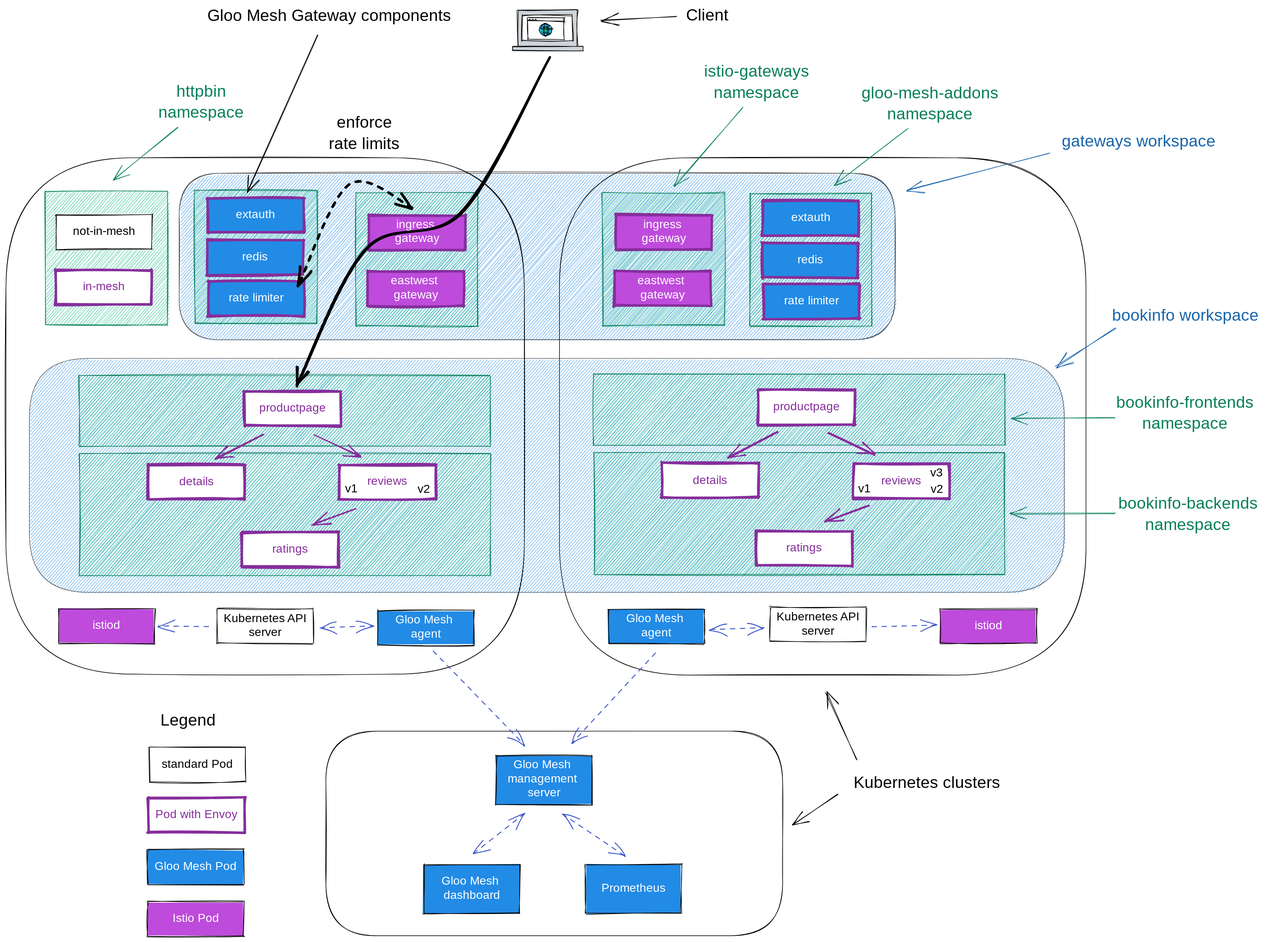
Earlier version of the Excalidraw export gloo-mesh-2-0/images/steps/gateway-ratelimiting/gloo-mesh-gateway-rate-limiting.svg (solo-io/workshops). Source tidied: one line per element, renumbered; positions are measured from the earlier drawing's top-left corner, leaving out a move shared by most shapes.
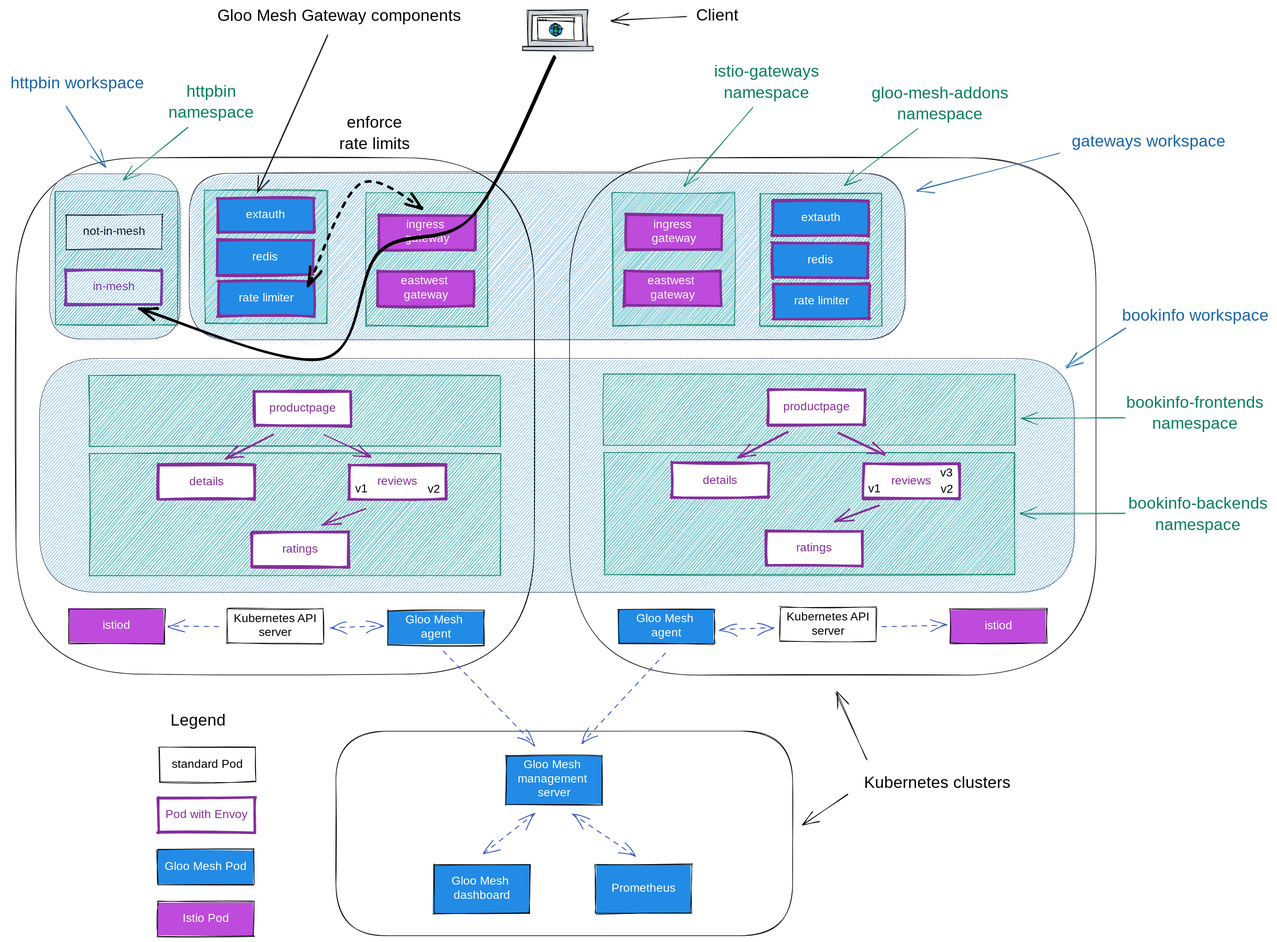
Later version of the same file.

What changed in the source:
```diff
@@ -134,6 +134,9 @@
 {"id": 133, "type": "text", "text": "Legend", "strokeColor": "#000000", "strokeWidth": 1, "roughness": 1, "fontSize": 28, "fontFamily": 1, "textAlign": "center", "x": 265, "y": 1203, "width": 91, "height": 36}
 {"id": 134, "type": "text", "text": "Client", "strokeColor": "#000000", "strokeWidth": 1, "roughness": 1, "fontSize": 28, "fontFamily": 1, "textAlign": "center", "x": 1157, "y": 0, "width": 77, "height": 36}
 {"id": 135, "type": "arrow", "strokeColor": "#000000", "backgroundColor": "#228be6", "fillStyle": "solid", "strokeWidth": 1, "roughness": 1, "endArrowhead": "arrow", "from": 134, "x": 1143, "y": 18, "width": 128, "height": 7, "points": [[0, 0], [-128, 7]]}
-{"id": 136, "type": "arrow", "strokeColor": "#000000", "backgroundColor": "#be4bdb", "fillStyle": "hachure", "strokeWidth": 4, "roughness": 1, "endArrowhead": "arrow", "from": 74, "to": 37, "x": 927, "y": 89, "width": 430, "height": 560, "points": [[0, 0], [-150, 263], [-312, 325], [-430, 560]]}
 {"id": 137, "type": "text", "text": "enforce\nrate limits", "strokeColor": "#000000", "backgroundColor": "#be4bdb", "fillStyle": "hachure", "strokeWidth": 4, "strokeStyle": "dashed", "roughness": 1, "fontSize": 28, "fontFamily": 1, "textAlign": "center", "x": 539, "y": 183, "width": 145, "height": 72}
 {"id": 138, "type": "arrow", "strokeColor": "#000000", "backgroundColor": "#be4bdb", "fillStyle": "hachure", "strokeWidth": 4, "strokeStyle": "dashed", "roughness": 1, "startArrowhead": "arrow", "endArrowhead": "arrow", "from": 9, "x": 692, "y": 344, "width": 194, "height": 172, "points": [[0, 0], [-106, -40], [-194, 132]]}
+{"id": 139, "type": "rectangle", "strokeColor": "#495057", "backgroundColor": "#228be6", "fillStyle": "hachure", "strokeWidth": 1, "roughness": 0, "x": 57, "y": 287, "width": 222, "height": 282}
+{"id": 140, "type": "text", "text": "httpbin workspace", "strokeColor": "#1864ab", "strokeWidth": 1, "roughness": 1, "fontSize": 28, "fontFamily": 1, "textAlign": "center", "x": -17, "y": 115, "width": 243, "height": 36}
+{"id": 141, "type": "arrow", "strokeColor": "#1864ab", "backgroundColor": "#228be6", "fillStyle": "solid", "strokeWidth": 1, "roughness": 1, "endArrowhead": "arrow", "to": 139, "x": 85, "y": 171, "width": 66, "height": 103, "points": [[0, 0], [66, 103]]}
+{"id": 142, "type": "arrow", "strokeColor": "#000000", "backgroundColor": "#be4bdb", "fillStyle": "hachure", "strokeWidth": 4, "roughness": 1, "endArrowhead": "arrow", "from": 74, "to": 115, "x": 919, "y": 87, "width": 709, "height": 516, "points": [[0, 0], [-140, 271], [-299, 333], [-394, 516], [-709, 431]]}
```
